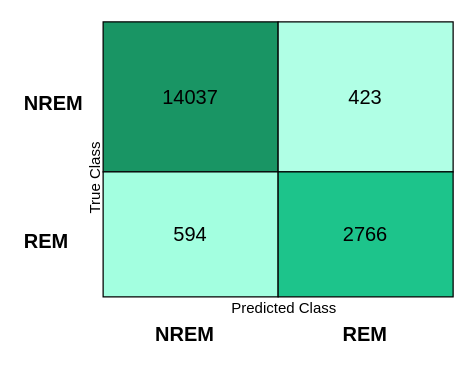
This is confusion_Mat.drawio from RafsanJany-44/Research-NREM-REM, a draw.io file, before an edit. Source tidied: cells renumbered, new cells numbered last; positions are measured from the earlier drawing's top-left corner, leaving out a move shared by most shapes. Both pictures are drawn from the tidied source at 125%, with x=0, y=0 at pixel (21, 21).
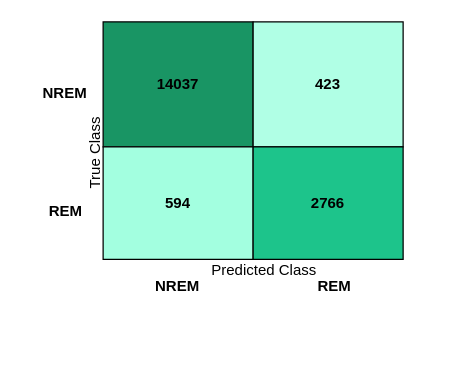
Above is the later version.

Diff of the diagram source:
```diff
@@
 <mxGraphModel>
   <root>
     <mxCell id="0" />
     <mxCell id="1" parent="0" />
     <mxCell id="2" style="rounded=0;whiteSpace=wrap;html=1;fillColor=#199564;" parent="1" vertex="1">
-      <mxGeometry x="65" width="140" height="120" as="geometry" />
+      <mxGeometry x="65" width="120" height="100" as="geometry" />
     </mxCell>
-    <mxCell id="3" value="&lt;font style=&quot;font-size: 16px;&quot;&gt;14037&lt;/font&gt;" style="text;html=1;strokeColor=none;fillColor=none;align=center;verticalAlign=middle;whiteSpace=wrap;rounded=0;" parent="1" vertex="1">
-      <mxGeometry x="105" y="45" width="60" height="30" as="geometry" />
+    <mxCell id="3" value="&lt;font style=&quot;font-size: 12px;&quot;&gt;&lt;b&gt;14037&lt;/b&gt;&lt;/font&gt;" style="text;html=1;strokeColor=none;fillColor=none;align=center;verticalAlign=middle;whiteSpace=wrap;rounded=0;" parent="1" vertex="1">
+      <mxGeometry x="95" y="35" width="60" height="30" as="geometry" />
     </mxCell>
     <mxCell id="4" style="rounded=0;whiteSpace=wrap;html=1;fillColor=#B0FFE5;" parent="1" vertex="1">
-      <mxGeometry x="205" width="140" height="120" as="geometry" />
+      <mxGeometry x="185" width="120" height="100" as="geometry" />
     </mxCell>
-    <mxCell id="5" value="&lt;font style=&quot;font-size: 16px;&quot;&gt;423&lt;/font&gt;" style="text;html=1;strokeColor=none;fillColor=none;align=center;verticalAlign=middle;whiteSpace=wrap;rounded=0;" parent="1" vertex="1">
-      <mxGeometry x="245" y="45" width="60" height="30" as="geometry" />
+    <mxCell id="5" value="&lt;font style=&quot;font-size: 12px;&quot;&gt;&lt;b&gt;423&lt;/b&gt;&lt;/font&gt;" style="text;html=1;strokeColor=none;fillColor=none;align=center;verticalAlign=middle;whiteSpace=wrap;rounded=0;" parent="1" vertex="1">
+      <mxGeometry x="215" y="35" width="60" height="30" as="geometry" />
     </mxCell>
     <mxCell id="6" style="rounded=0;whiteSpace=wrap;html=1;fillColor=#A3FFE0;" parent="1" vertex="1">
-      <mxGeometry x="65" y="120" width="140" height="100" as="geometry" />
+      <mxGeometry x="65" y="100" width="120" height="90" as="geometry" />
     </mxCell>
-    <mxCell id="7" value="&lt;font style=&quot;font-size: 16px;&quot;&gt;594&lt;/font&gt;" style="text;html=1;strokeColor=none;fillColor=none;align=center;verticalAlign=middle;whiteSpace=wrap;rounded=0;" parent="1" vertex="1">
-      <mxGeometry x="105" y="155" width="60" height="30" as="geometry" />
+    <mxCell id="7" value="&lt;font style=&quot;font-size: 12px;&quot;&gt;&lt;b style=&quot;&quot;&gt;594&lt;/b&gt;&lt;/font&gt;" style="text;html=1;strokeColor=none;fillColor=none;align=center;verticalAlign=middle;whiteSpace=wrap;rounded=0;" parent="1" vertex="1">
+      <mxGeometry x="95" y="130" width="60" height="30" as="geometry" />
     </mxCell>
     <mxCell id="8" style="rounded=0;whiteSpace=wrap;html=1;fillColor=#1DC48B;" parent="1" vertex="1">
-      <mxGeometry x="205" y="120" width="140" height="100" as="geometry" />
+      <mxGeometry x="185" y="100" width="120" height="90" as="geometry" />
     </mxCell>
-    <mxCell id="9" value="&lt;font style=&quot;font-size: 16px;&quot;&gt;2766&lt;/font&gt;" style="text;html=1;strokeColor=none;fillColor=none;align=center;verticalAlign=middle;whiteSpace=wrap;rounded=0;" parent="1" vertex="1">
-      <mxGeometry x="245" y="155" width="60" height="30" as="geometry" />
+    <mxCell id="9" value="&lt;font style=&quot;font-size: 12px;&quot;&gt;&lt;b&gt;2766&lt;/b&gt;&lt;/font&gt;" style="text;html=1;strokeColor=none;fillColor=none;align=center;verticalAlign=middle;whiteSpace=wrap;rounded=0;" parent="1" vertex="1">
+      <mxGeometry x="215" y="130" width="60" height="30" as="geometry" />
     </mxCell>
-    <mxCell id="10" value="&lt;div style=&quot;text-align: center;&quot;&gt;&lt;span style=&quot;background-color: initial;&quot;&gt;&lt;font style=&quot;font-size: 16px;&quot;&gt;&lt;b style=&quot;&quot;&gt;NREM&lt;/b&gt;&lt;/font&gt;&lt;/span&gt;&lt;/div&gt;" style="text;whiteSpace=wrap;html=1;fontSize=20;" parent="1" vertex="1">
-      <mxGeometry y="45" width="60" height="30" as="geometry" />
+    <mxCell id="10" value="&lt;div style=&quot;text-align: center;&quot;&gt;&lt;span style=&quot;background-color: initial;&quot;&gt;&lt;font style=&quot;font-size: 12px;&quot;&gt;&lt;b style=&quot;&quot;&gt;NREM&lt;/b&gt;&lt;/font&gt;&lt;/span&gt;&lt;/div&gt;" style="text;whiteSpace=wrap;html=1;fontSize=20;" parent="1" vertex="1">
+      <mxGeometry x="15" y="35" width="60" height="30" as="geometry" />
     </mxCell>
-    <mxCell id="11" value="&lt;div style=&quot;text-align: center;&quot;&gt;&lt;span style=&quot;background-color: initial;&quot;&gt;&lt;font style=&quot;font-size: 16px;&quot;&gt;&lt;b&gt;REM&lt;/b&gt;&lt;/font&gt;&lt;/span&gt;&lt;/div&gt;" style="text;whiteSpace=wrap;html=1;fontSize=20;" parent="1" vertex="1">
-      <mxGeometry y="155" width="50" height="35" as="geometry" />
+    <mxCell id="11" value="&lt;div style=&quot;text-align: center;&quot;&gt;&lt;span style=&quot;background-color: initial;&quot;&gt;&lt;font style=&quot;font-size: 12px;&quot;&gt;&lt;b style=&quot;&quot;&gt;REM&lt;/b&gt;&lt;/font&gt;&lt;/span&gt;&lt;/div&gt;" style="text;whiteSpace=wrap;html=1;fontSize=20;" parent="1" vertex="1">
+      <mxGeometry x="20" y="130" width="50" height="35" as="geometry" />
     </mxCell>
-    <mxCell id="12" value="&lt;div style=&quot;text-align: center;&quot;&gt;&lt;span style=&quot;background-color: initial;&quot;&gt;&lt;font style=&quot;font-size: 16px;&quot;&gt;&lt;b&gt;NREM&lt;/b&gt;&lt;/font&gt;&lt;/span&gt;&lt;/div&gt;" style="text;whiteSpace=wrap;html=1;fontSize=20;" parent="1" vertex="1">
-      <mxGeometry x="105" y="230" width="60" height="30" as="geometry" />
+    <mxCell id="12" value="&lt;div style=&quot;text-align: center;&quot;&gt;&lt;span style=&quot;background-color: initial;&quot;&gt;&lt;font style=&quot;font-size: 12px;&quot;&gt;&lt;b style=&quot;&quot;&gt;NREM&lt;/b&gt;&lt;/font&gt;&lt;/span&gt;&lt;/div&gt;" style="text;whiteSpace=wrap;html=1;fontSize=20;" parent="1" vertex="1">
+      <mxGeometry x="105" y="190" width="60" height="30" as="geometry" />
     </mxCell>
-    <mxCell id="13" value="&lt;div style=&quot;text-align: center;&quot;&gt;&lt;span style=&quot;background-color: initial;&quot;&gt;&lt;font style=&quot;font-size: 16px;&quot;&gt;&lt;b&gt;REM&lt;/b&gt;&lt;/font&gt;&lt;/span&gt;&lt;/div&gt;" style="text;whiteSpace=wrap;html=1;fontSize=20;" parent="1" vertex="1">
-      <mxGeometry x="255" y="230" width="50" height="30" as="geometry" />
+    <mxCell id="13" value="&lt;div style=&quot;text-align: center;&quot;&gt;&lt;span style=&quot;background-color: initial;&quot;&gt;&lt;font style=&quot;font-size: 12px;&quot;&gt;&lt;b style=&quot;&quot;&gt;REM&lt;/b&gt;&lt;/font&gt;&lt;/span&gt;&lt;/div&gt;" style="text;whiteSpace=wrap;html=1;fontSize=20;" parent="1" vertex="1">
+      <mxGeometry x="235" y="190" width="50" height="30" as="geometry" />
     </mxCell>
     <mxCell id="14" value="&lt;font style=&quot;font-size: 12px;&quot;&gt;True Class&lt;/font&gt;" style="text;html=1;strokeColor=none;fillColor=none;align=center;verticalAlign=middle;whiteSpace=wrap;rounded=0;fontSize=20;rotation=-90;" parent="1" vertex="1">
-      <mxGeometry x="5" y="110" width="100" height="30" as="geometry" />
+      <mxGeometry x="5" y="90" width="100" height="30" as="geometry" />
     </mxCell>
     <mxCell id="15" value="&lt;font style=&quot;font-size: 12px;&quot;&gt;Predicted Class&lt;/font&gt;" style="text;html=1;strokeColor=none;fillColor=none;align=center;verticalAlign=middle;whiteSpace=wrap;rounded=0;fontSize=20;rotation=0;" parent="1" vertex="1">
-      <mxGeometry x="155" y="210" width="110" height="30" as="geometry" />
+      <mxGeometry x="139" y="180" width="110" height="30" as="geometry" />
     </mxCell>
   </root>
 </mxGraphModel>
```
